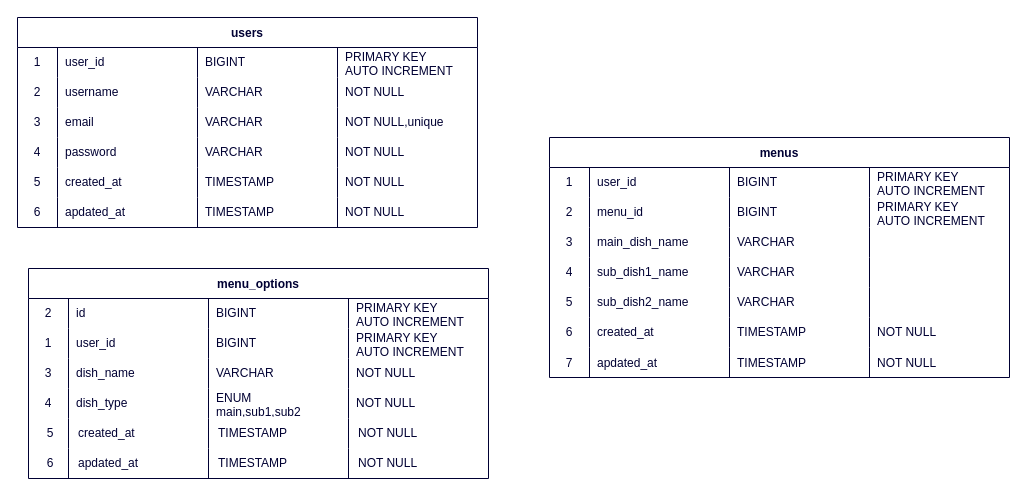
Above: db.dio in Some558/kondate_portfolio (draw.io), before the change. Source tidied: cells renumbered, new cells numbered last; positions are measured from the earlier drawing's top-left corner, leaving out a move shared by most shapes. Both pictures are drawn from the tidied source at 100%, with x=0, y=0 at pixel (17, 17).
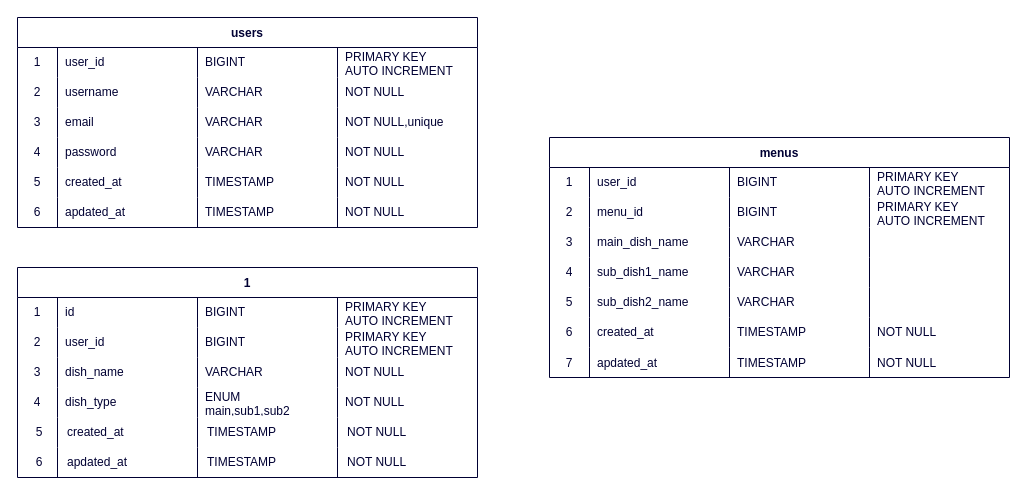
The same diagram, later.

The change refers to these unchanged cells:
```xml
<mxCell id="34" style="shape=tableRow;horizontal=0;startSize=0;swimlaneHead=0;swimlaneBody=0;top=0;left=0;bottom=0;right=0;fillColor=none;shadow=0;labelBackgroundColor=none;labelBorderColor=none;sketch=0;fillStyle=auto;strokeColor=#000033;strokeWidth=1;fontColor=#000033;" parent="33" vertex="1">
  <mxGeometry y="30" width="460" height="30" as="geometry" />
</mxCell>
<mxCell id="39" style="shape=tableRow;horizontal=0;startSize=0;swimlaneHead=0;swimlaneBody=0;top=0;left=0;bottom=0;right=0;fillColor=none;shadow=0;labelBackgroundColor=none;labelBorderColor=none;sketch=0;fillStyle=auto;strokeColor=#000033;strokeWidth=1;fontColor=#000033;" parent="33" vertex="1">
  <mxGeometry y="60" width="460" height="30" as="geometry" />
</mxCell>
```

Change to the diagram source:
```diff
@@
-    <mxCell id="33" value="menu_options" style="shape=table;startSize=30;childLayout=tableLayout;rowLines=0;fontStyle=1;shadow=0;labelBackgroundColor=none;labelBorderColor=none;sketch=0;fillStyle=auto;strokeColor=#000033;strokeWidth=1;fontColor=#000033;fillColor=none;" parent="1" vertex="1">
-      <mxGeometry x="11" y="251" width="460" height="210" as="geometry" />
+    <mxCell id="33" value="1" style="shape=table;startSize=30;childLayout=tableLayout;rowLines=0;fontStyle=1;shadow=0;labelBackgroundColor=none;labelBorderColor=none;sketch=0;fillStyle=auto;strokeColor=#000033;strokeWidth=1;fontColor=#000033;fillColor=none;" parent="1" vertex="1">
+      <mxGeometry y="250" width="460" height="210" as="geometry" />
     </mxCell>
@@
-    <mxCell id="35" value="2" style="shape=partialRectangle;html=1;whiteSpace=wrap;fillColor=none;top=0;left=0;bottom=0;right=0;overflow=hidden;shadow=0;labelBackgroundColor=none;labelBorderColor=none;sketch=0;fillStyle=auto;strokeColor=#000033;strokeWidth=1;fontColor=#000033;" parent="34" vertex="1">
+    <mxCell id="35" value="1" style="shape=partialRectangle;html=1;whiteSpace=wrap;fillColor=none;top=0;left=0;bottom=0;right=0;overflow=hidden;shadow=0;labelBackgroundColor=none;labelBorderColor=none;sketch=0;fillStyle=auto;strokeColor=#000033;strokeWidth=1;fontColor=#000033;" parent="34" vertex="1">
       <mxGeometry width="40" height="30" as="geometry" />
     </mxCell>
@@
-    <mxCell id="40" value="1" style="shape=partialRectangle;html=1;whiteSpace=wrap;fillColor=none;top=0;left=0;bottom=0;right=0;overflow=hidden;shadow=0;labelBackgroundColor=none;labelBorderColor=none;sketch=0;fillStyle=auto;strokeColor=#000033;strokeWidth=1;fontColor=#000033;" parent="39" vertex="1">
+    <mxCell id="40" value="2" style="shape=partialRectangle;html=1;whiteSpace=wrap;fillColor=none;top=0;left=0;bottom=0;right=0;overflow=hidden;shadow=0;labelBackgroundColor=none;labelBorderColor=none;sketch=0;fillStyle=auto;strokeColor=#000033;strokeWidth=1;fontColor=#000033;" parent="39" vertex="1">
       <mxGeometry width="40" height="30" as="geometry" />
     </mxCell>
@@
     <mxCell id="100" style="shape=tableRow;horizontal=0;startSize=0;swimlaneHead=0;swimlaneBody=0;top=0;left=0;bottom=0;right=0;fillColor=none;shadow=0;labelBackgroundColor=none;labelBorderColor=none;sketch=0;fillStyle=auto;strokeColor=#000033;strokeWidth=1;fontColor=#000033;" parent="1" vertex="1">
-      <mxGeometry x="13" y="401" width="460" height="30" as="geometry" />
+      <mxGeometry x="2" y="400" width="460" height="30" as="geometry" />
     </mxCell>
@@
     <mxCell id="105" style="shape=tableRow;horizontal=0;startSize=0;swimlaneHead=0;swimlaneBody=0;top=0;left=0;bottom=0;right=0;fillColor=none;shadow=0;labelBackgroundColor=none;labelBorderColor=none;sketch=0;fillStyle=auto;strokeColor=#000033;strokeWidth=1;fontColor=#000033;" parent="1" vertex="1">
-      <mxGeometry x="13" y="431" width="460" height="30" as="geometry" />
+      <mxGeometry x="2" y="430" width="460" height="30" as="geometry" />
     </mxCell>
```
